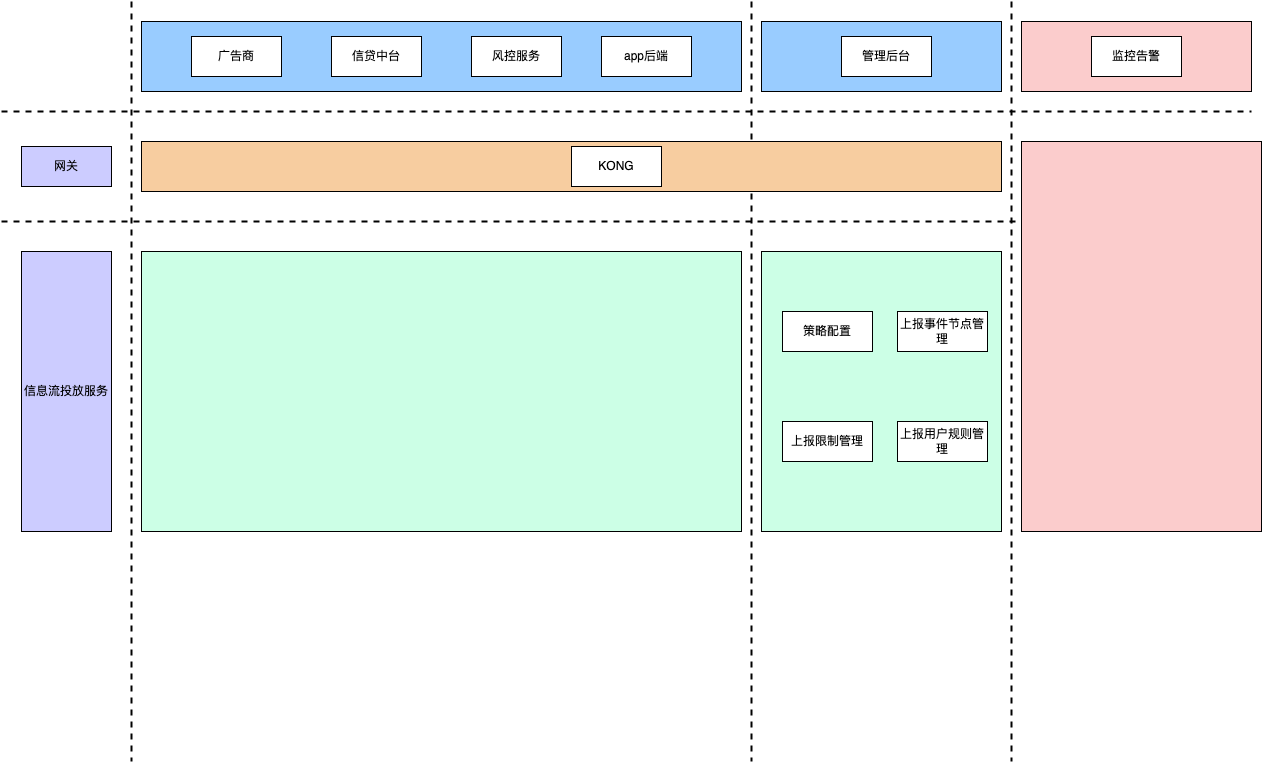
This is 信息流投放架构.png from yuanlj-tea/picgo, a draw.io export, as it was before one commit. Source tidied: cells renumbered, new cells last; positions are measured from the earlier drawing's top-left corner, leaving out a move shared by most shapes.
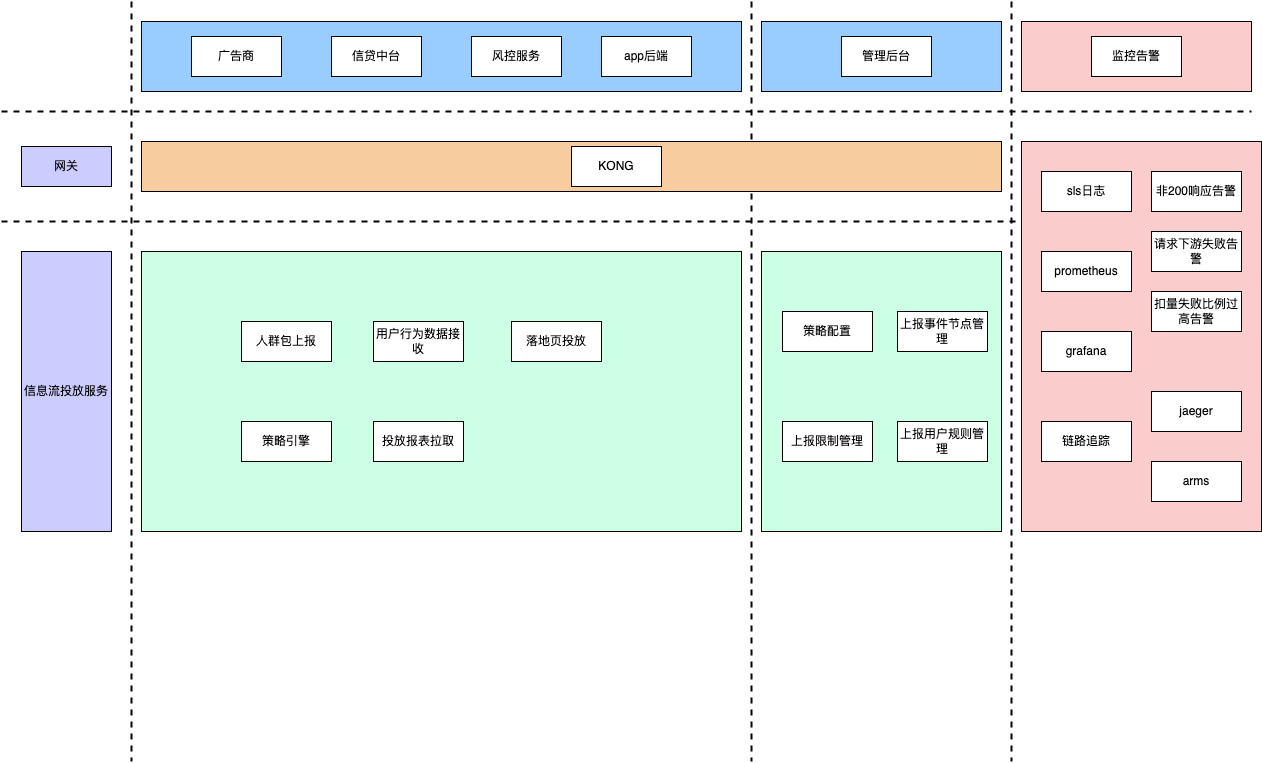
After the change.

Commit message:
更新信息流投放架构.png

Change to the diagram source:
```diff
@@ -92,5 +92,47 @@
     <mxCell id="26" value="上报用户规则管理" style="rounded=0;whiteSpace=wrap;html=1;" parent="1" vertex="1">
       <mxGeometry x="896" y="420" width="90" height="40" as="geometry" />
     </mxCell>
+    <mxCell id="27" value="人群包上报" style="rounded=0;whiteSpace=wrap;html=1;" parent="1" vertex="1">
+      <mxGeometry x="240" y="320" width="90" height="40" as="geometry" />
+    </mxCell>
+    <mxCell id="28" value="用户行为数据接收" style="rounded=0;whiteSpace=wrap;html=1;" parent="1" vertex="1">
+      <mxGeometry x="372" y="320" width="90" height="40" as="geometry" />
+    </mxCell>
+    <mxCell id="29" value="落地页投放" style="rounded=0;whiteSpace=wrap;html=1;" parent="1" vertex="1">
+      <mxGeometry x="510" y="320" width="90" height="40" as="geometry" />
+    </mxCell>
+    <mxCell id="30" value="策略引擎" style="rounded=0;whiteSpace=wrap;html=1;" parent="1" vertex="1">
+      <mxGeometry x="240" y="420" width="90" height="40" as="geometry" />
+    </mxCell>
+    <mxCell id="31" value="投放报表拉取" style="rounded=0;whiteSpace=wrap;html=1;" parent="1" vertex="1">
+      <mxGeometry x="372" y="420" width="90" height="40" as="geometry" />
+    </mxCell>
+    <mxCell id="32" value="sls日志" style="rounded=0;whiteSpace=wrap;html=1;" parent="1" vertex="1">
+      <mxGeometry x="1040" y="170" width="90" height="40" as="geometry" />
+    </mxCell>
+    <mxCell id="33" value="非200响应告警" style="rounded=0;whiteSpace=wrap;html=1;" parent="1" vertex="1">
+      <mxGeometry x="1150" y="170" width="90" height="40" as="geometry" />
+    </mxCell>
+    <mxCell id="34" value="请求下游失败告警" style="rounded=0;whiteSpace=wrap;html=1;" parent="1" vertex="1">
+      <mxGeometry x="1150" y="230" width="90" height="40" as="geometry" />
+    </mxCell>
+    <mxCell id="35" value="prometheus" style="rounded=0;whiteSpace=wrap;html=1;" parent="1" vertex="1">
+      <mxGeometry x="1040" y="250" width="90" height="40" as="geometry" />
+    </mxCell>
+    <mxCell id="36" value="grafana" style="rounded=0;whiteSpace=wrap;html=1;" parent="1" vertex="1">
+      <mxGeometry x="1040" y="330" width="90" height="40" as="geometry" />
+    </mxCell>
+    <mxCell id="37" value="链路追踪" style="rounded=0;whiteSpace=wrap;html=1;" parent="1" vertex="1">
+      <mxGeometry x="1040" y="420" width="90" height="40" as="geometry" />
+    </mxCell>
+    <mxCell id="38" value="jaeger" style="rounded=0;whiteSpace=wrap;html=1;" parent="1" vertex="1">
+      <mxGeometry x="1150" y="390" width="90" height="40" as="geometry" />
+    </mxCell>
+    <mxCell id="39" value="arms" style="rounded=0;whiteSpace=wrap;html=1;" parent="1" vertex="1">
+      <mxGeometry x="1150" y="460" width="90" height="40" as="geometry" />
+    </mxCell>
+    <mxCell id="40" value="扣量失败比例过高告警" style="rounded=0;whiteSpace=wrap;html=1;" parent="1" vertex="1">
+      <mxGeometry x="1150" y="290" width="90" height="40" as="geometry" />
+    </mxCell>
   </root>
 </mxGraphModel>
```
